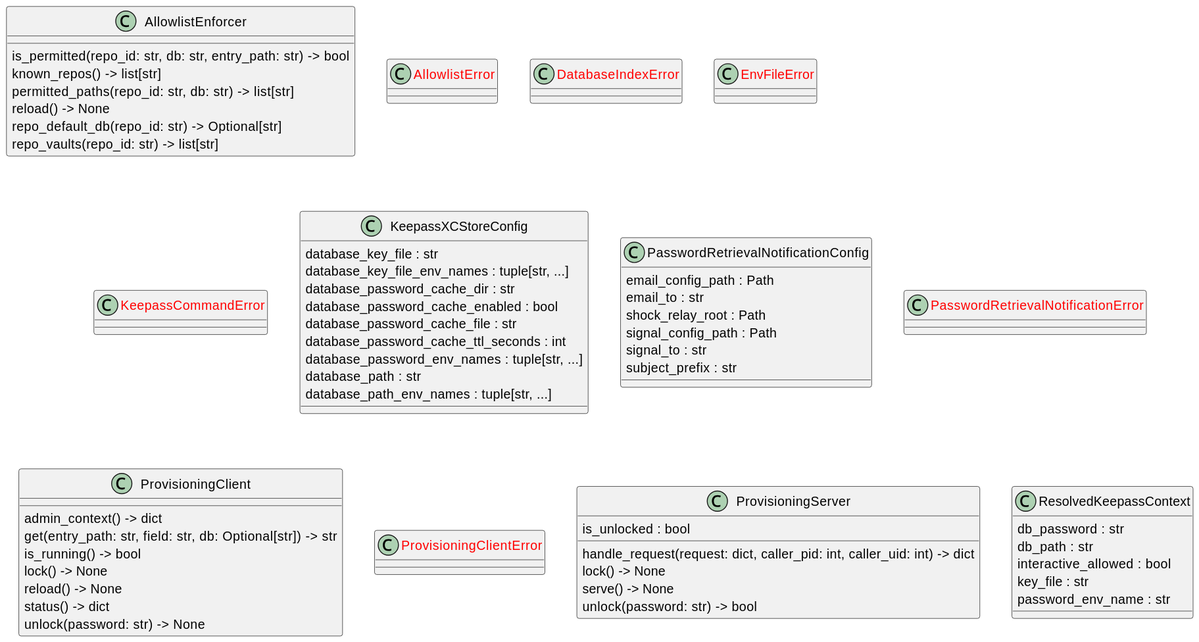
Before: docs/diagrams/python-classes.puml.svg, a diagram exported from PlantUML (casonk/auto-pass).
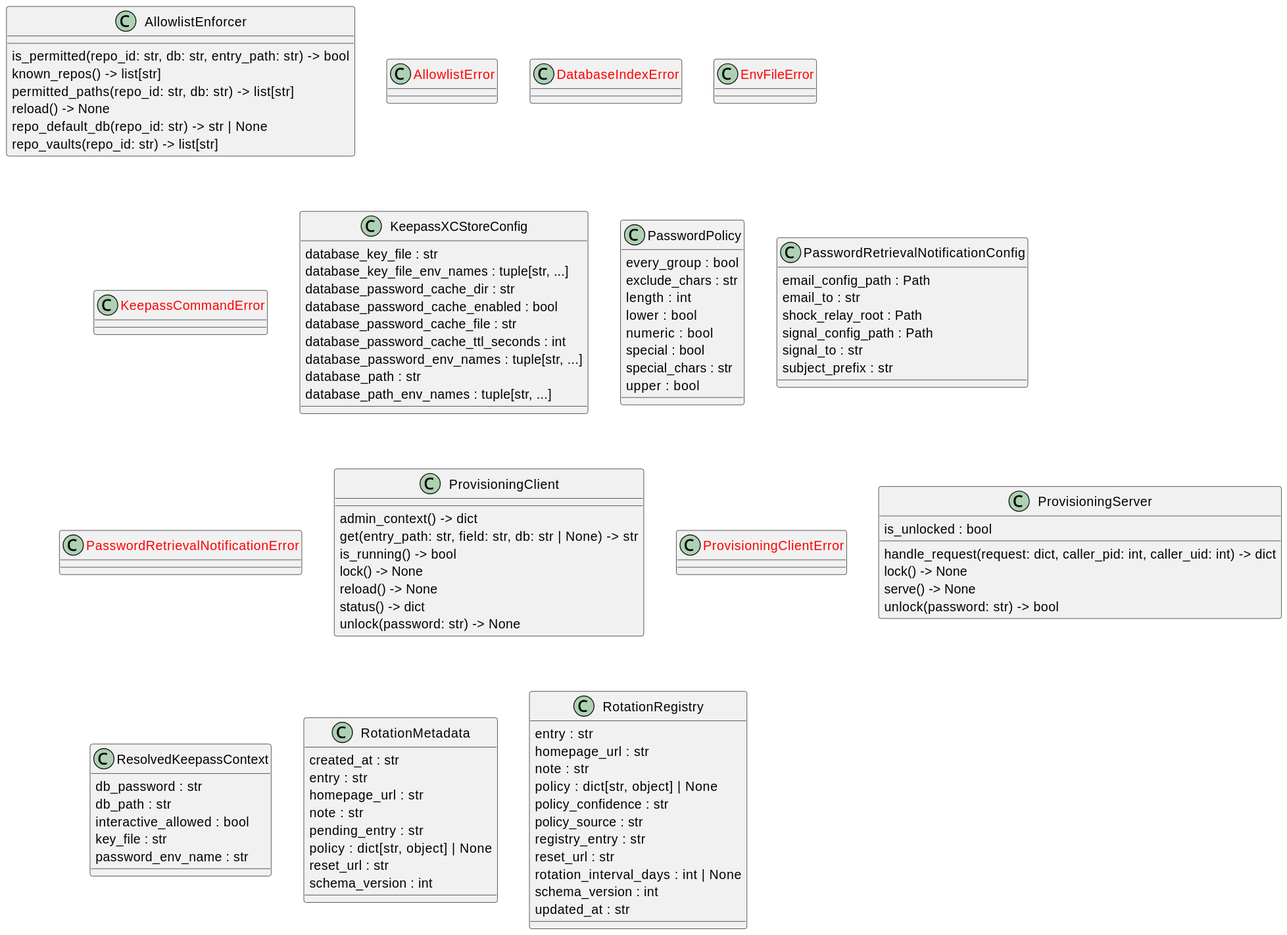
After the change.

Change to the diagram source:
```diff
@@ -5,7 +5,7 @@
   known_repos() -> list[str]
   permitted_paths(repo_id: str, db: str) -> list[str]
   reload() -> None
-  repo_default_db(repo_id: str) -> Optional[str]
+  repo_default_db(repo_id: str) -> str | None
   repo_vaults(repo_id: str) -> list[str]
 }
 class "<color:red>AllowlistError</color>" as src.auto_pass.allowlist.AllowlistError {
@@ -27,6 +27,16 @@
   database_path : str
   database_path_env_names : tuple[str, ...]
 }
+class "PasswordPolicy" as src.auto_pass.rotation.PasswordPolicy {
+  every_group : bool
+  exclude_chars : str
+  length : int
+  lower : bool
+  numeric : bool
+  special : bool
+  special_chars : str
+  upper : bool
+}
 class "PasswordRetrievalNotificationConfig" as src.auto_pass.notifications.PasswordRetrievalNotificationConfig {
   email_config_path : Path
   email_to : str
@@ -39,7 +49,7 @@
 }
 class "ProvisioningClient" as src.auto_pass.client.ProvisioningClient {
   admin_context() -> dict
-  get(entry_path: str, field: str, db: Optional[str]) -> str
+  get(entry_path: str, field: str, db: str | None) -> str
   is_running() -> bool
   lock() -> None
   reload() -> None
@@ -62,4 +72,27 @@
   key_file : str
   password_env_name : str
 }
+class "RotationMetadata" as src.auto_pass.rotation.RotationMetadata {
+  created_at : str
+  entry : str
+  homepage_url : str
+  note : str
+  pending_entry : str
+  policy : dict[str, object] | None
+  reset_url : str
+  schema_version : int
+}
+class "RotationRegistry" as src.auto_pass.rotation.RotationRegistry {
+  entry : str
+  homepage_url : str
+  note : str
+  policy : dict[str, object] | None
+  policy_confidence : str
+  policy_source : str
+  registry_entry : str
+  reset_url : str
+  rotation_interval_days : int | None
+  schema_version : int
+  updated_at : str
+}
 @enduml
```
